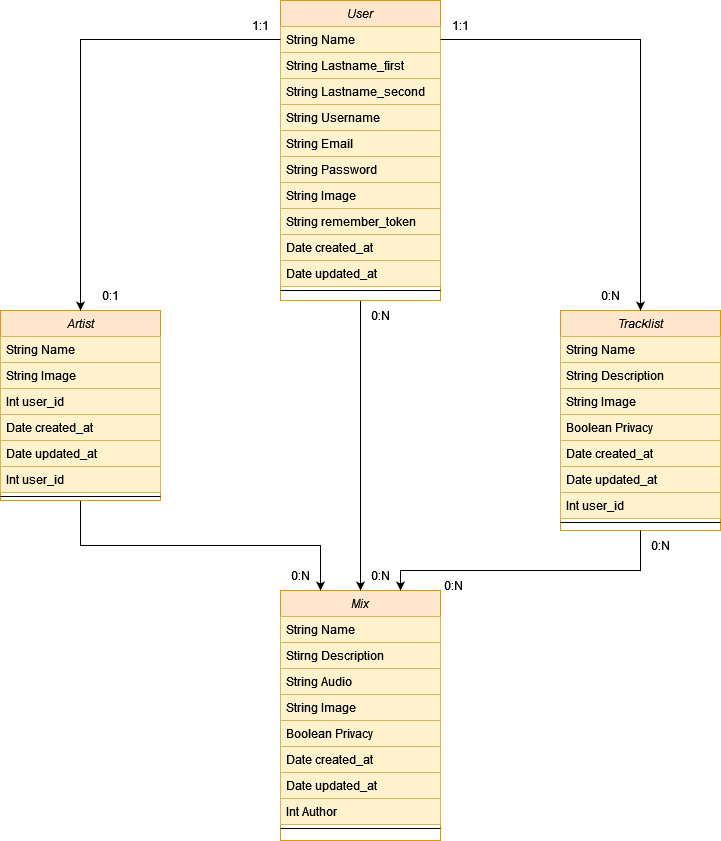
Before: assets/img/ClassesDiagram.drawio.png, a diagram exported from draw.io (LukaLaKuka/GrooveBox). Source tidied: cells renumbered, new cells last; positions are measured from the earlier drawing's top-left corner, leaving out a move shared by most shapes.
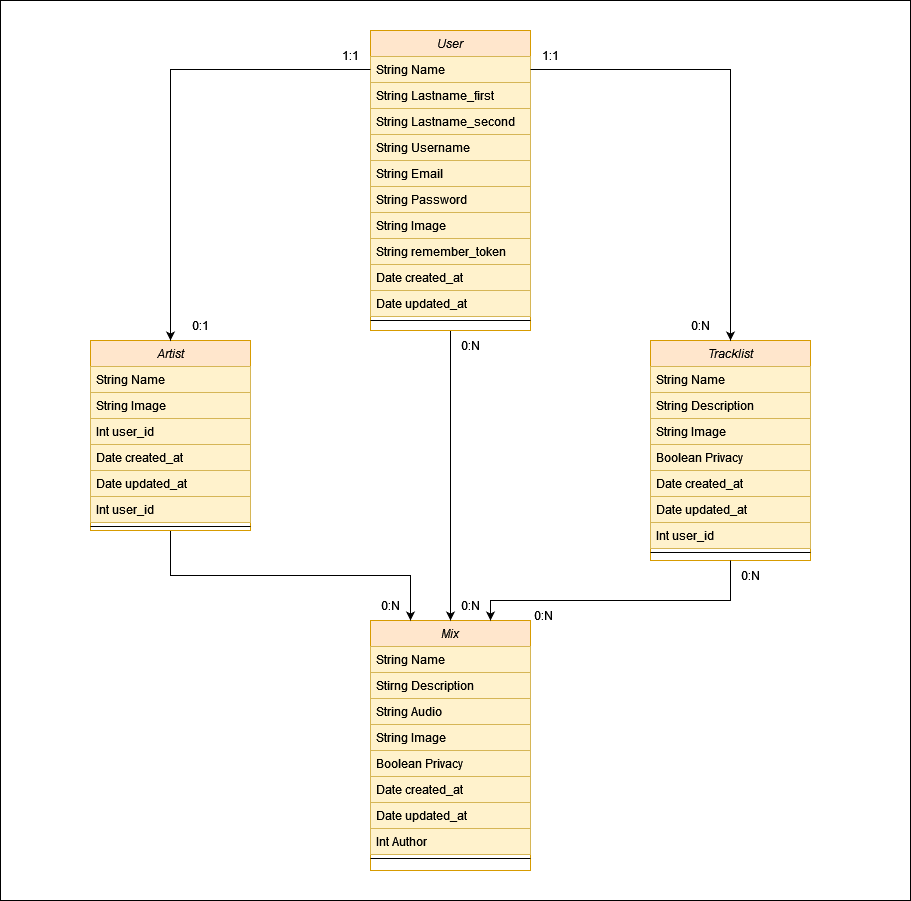
The same diagram one commit later.

Diff of the diagram source:
```diff
@@ -2,6 +2,9 @@
   <root>
     <mxCell id="0" />
     <mxCell id="1" parent="0" />
+    <mxCell id="55" style="rounded=0;whiteSpace=wrap;html=1;" parent="1" vertex="1">
+      <mxGeometry x="-90" y="-30" width="910" height="900" as="geometry" />
+    </mxCell>
     <mxCell id="2" value="Mix" style="swimlane;fontStyle=2;align=center;verticalAlign=top;horizontal=1;startSize=26;rounded=0;shadow=0;strokeWidth=1;fillColor=#ffe6cc;strokeColor=#d79b00;" parent="1" vertex="1">
       <mxGeometry x="280" y="590" width="160" height="250" as="geometry" />
     </mxCell>
```
